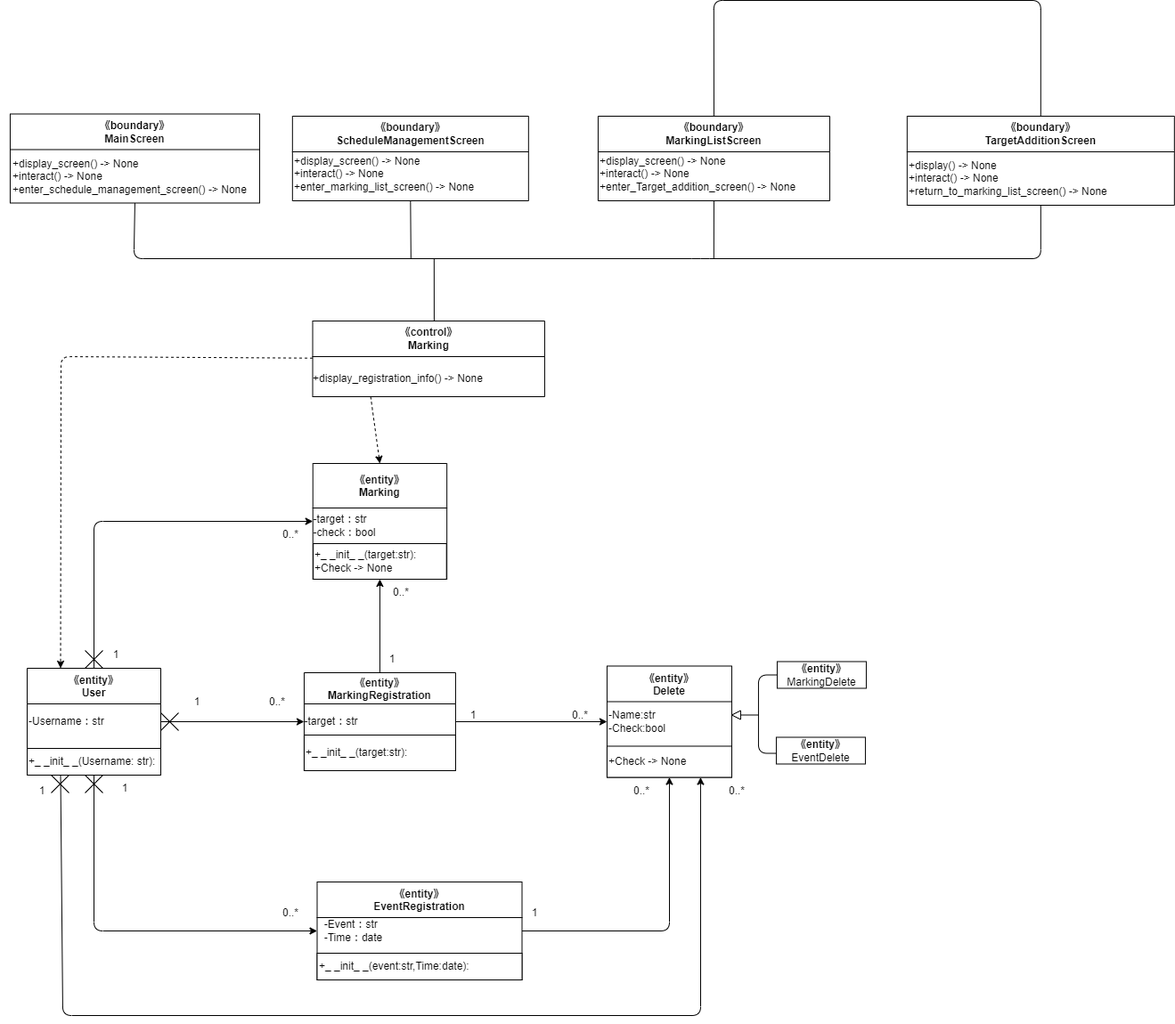
Hu-Hanxu/First-App-Self-Management- keeps this draw.io diagram as Design/設計Class8.drawio.png. Above is the earlier version. Source tidied: cells renumbered, new cells last; positions are measured from the earlier drawing's top-left corner, leaving out a move shared by most shapes. Its diagram source:
```xml
<mxGraphModel>
  <root>
    <mxCell id="0" />
    <mxCell id="1" parent="0" />
    <mxCell id="2" value="&lt;span style=&quot;&quot;&gt;《control》&lt;br&gt;Marking&lt;/span&gt;&lt;span style=&quot;&quot;&gt;&lt;br&gt;&lt;/span&gt;" style="swimlane;whiteSpace=wrap;html=1;startSize=40;" parent="1" vertex="1">
      <mxGeometry x="350.5" y="360" width="260.4" height="85" as="geometry" />
    </mxCell>
    <mxCell id="3" value="&lt;div style=&quot;text-align: left;&quot;&gt;&lt;span style=&quot;background-color: initial;&quot;&gt;+display_registration_info() -&amp;gt; None&lt;/span&gt;&lt;br&gt;&lt;/div&gt;" style="text;html=1;align=center;verticalAlign=middle;strokeColor=none;fillColor=none;" parent="2" vertex="1">
      <mxGeometry x="-9.6" y="50" width="210" height="30" as="geometry" />
    </mxCell>
    <mxCell id="4" value="《entity》&#10;MarkingRegistration" style="swimlane;startSize=35;" parent="1" vertex="1">
      <mxGeometry x="340.9" y="755" width="170" height="110" as="geometry" />
    </mxCell>
    <mxCell id="5" value="-target：str" style="text;html=1;align=center;verticalAlign=middle;strokeColor=none;fillColor=none;" parent="4" vertex="1">
      <mxGeometry x="-10" y="40" width="80" height="30" as="geometry" />
    </mxCell>
    <mxCell id="6" value="&lt;span style=&quot;&quot;&gt;+_ _init_ _(target:str):&lt;/span&gt;" style="rounded=0;whiteSpace=wrap;html=1;align=left;" parent="4" vertex="1">
      <mxGeometry y="70" width="170" height="40" as="geometry" />
    </mxCell>
    <mxCell id="7" value="《entity》&#10;Marking" style="swimlane;startSize=50;" parent="1" vertex="1">
      <mxGeometry x="350.7" y="520" width="150.4" height="130" as="geometry" />
    </mxCell>
    <mxCell id="8" value="&lt;div style=&quot;text-align: left;&quot;&gt;&lt;span style=&quot;background-color: initial;&quot;&gt;-target：str&lt;/span&gt;&lt;/div&gt;-check：bool" style="text;html=1;align=center;verticalAlign=middle;strokeColor=none;fillColor=none;" parent="7" vertex="1">
      <mxGeometry x="-9.6" y="50" width="90" height="40" as="geometry" />
    </mxCell>
    <mxCell id="9" value="+_ _init_ _(target:str):&lt;span style=&quot;&quot;&gt;&lt;br&gt;+Check -&amp;gt; None&lt;/span&gt;" style="rounded=0;whiteSpace=wrap;html=1;align=left;" parent="7" vertex="1">
      <mxGeometry x="0.4" y="90" width="149.6" height="40" as="geometry" />
    </mxCell>
    <mxCell id="10" value="《entity》&#10;User" style="swimlane;startSize=40;" parent="1" vertex="1">
      <mxGeometry x="30" y="750" width="150" height="120" as="geometry" />
    </mxCell>
    <mxCell id="11" value="-Username：str" style="text;html=1;align=left;verticalAlign=middle;strokeColor=none;fillColor=none;" parent="10" vertex="1">
      <mxGeometry y="45" width="110" height="30" as="geometry" />
    </mxCell>
    <mxCell id="12" value="+_ _init_ _(Username: str):" style="rounded=0;whiteSpace=wrap;html=1;align=left;" parent="10" vertex="1">
      <mxGeometry y="90" width="150" height="30" as="geometry" />
    </mxCell>
    <mxCell id="13" value="《entity》&#10;EventRegistration" style="swimlane;startSize=40;" parent="1" vertex="1">
      <mxGeometry x="355.5" y="990" width="230" height="110" as="geometry" />
    </mxCell>
    <mxCell id="14" value="&lt;div style=&quot;text-align: left;&quot;&gt;&lt;span style=&quot;background-color: initial;&quot;&gt;-Event：str&lt;/span&gt;&lt;/div&gt;&lt;div style=&quot;text-align: left;&quot;&gt;&lt;span style=&quot;background-color: initial;&quot;&gt;-Time：date&lt;/span&gt;&lt;/div&gt;" style="text;html=1;align=center;verticalAlign=middle;strokeColor=none;fillColor=none;" parent="13" vertex="1">
      <mxGeometry x="-5" y="35" width="90" height="40" as="geometry" />
    </mxCell>
    <mxCell id="15" value="&lt;span style=&quot;&quot;&gt;+_ _init_ _(event:str,Time:date):&lt;/span&gt;" style="rounded=0;whiteSpace=wrap;html=1;align=left;" parent="13" vertex="1">
      <mxGeometry y="80" width="230" height="30" as="geometry" />
    </mxCell>
    <mxCell id="16" value="《entity》&#10;Delete" style="swimlane;startSize=40;" parent="1" vertex="1">
      <mxGeometry x="680.9" y="747.5" width="140" height="125" as="geometry" />
    </mxCell>
    <mxCell id="17" value="-Name:str&lt;br&gt;&lt;div style=&quot;&quot;&gt;&lt;span style=&quot;background-color: initial;&quot;&gt;-Check:bool&lt;/span&gt;&lt;/div&gt;" style="text;html=1;align=left;verticalAlign=middle;strokeColor=none;fillColor=none;" parent="16" vertex="1">
      <mxGeometry y="42.5" width="90" height="40" as="geometry" />
    </mxCell>
    <mxCell id="18" value="+Check -&amp;gt; None" style="rounded=0;whiteSpace=wrap;html=1;align=left;" parent="16" vertex="1">
      <mxGeometry y="90" width="140" height="35" as="geometry" />
    </mxCell>
    <mxCell id="19" value="&lt;span style=&quot;font-weight: 700;&quot;&gt;《entity》&lt;/span&gt;&lt;br&gt;MarkingDelete" style="rounded=0;whiteSpace=wrap;html=1;" parent="1" vertex="1">
      <mxGeometry x="871.9" y="742.5" width="100" height="30" as="geometry" />
    </mxCell>
    <mxCell id="20" value="&lt;span style=&quot;font-weight: 700;&quot;&gt;《entity》&lt;/span&gt;&lt;br&gt;EventDelete" style="rounded=0;whiteSpace=wrap;html=1;" parent="1" vertex="1">
      <mxGeometry x="870.9" y="827.5" width="100" height="30" as="geometry" />
    </mxCell>
    <mxCell id="21" style="triangle;whiteSpace=wrap;html=1;direction=west;" parent="1" vertex="1">
      <mxGeometry x="820.9" y="797.5" width="10" height="10" as="geometry" />
    </mxCell>
    <mxCell id="22" style="endArrow=none;html=1;entryX=0;entryY=0.5;entryDx=0;entryDy=0;exitX=-0.005;exitY=0.601;exitDx=0;exitDy=0;exitPerimeter=0;" parent="1" edge="1" source="20" target="19">
      <mxGeometry relative="1" as="geometry">
        <Array as="points">
          <mxPoint x="850.9" y="845.5" />
          <mxPoint x="850.9" y="757.5" />
        </Array>
      </mxGeometry>
    </mxCell>
    <mxCell id="23" style="endArrow=none;html=1;entryX=0;entryY=0.5;entryDx=0;entryDy=0;" parent="1" edge="1" target="21">
      <mxGeometry relative="1" as="geometry">
        <mxPoint x="850.9" y="802.5" as="sourcePoint" />
      </mxGeometry>
    </mxCell>
    <mxCell id="24" value="《boundary》&lt;br&gt;MainScreen" style="swimlane;whiteSpace=wrap;html=1;startSize=40;" parent="1" vertex="1">
      <mxGeometry x="10.9" y="127.5" width="280" height="100" as="geometry" />
    </mxCell>
    <mxCell id="25" value="&lt;div style=&quot;text-align: left;&quot;&gt;+display_screen() -&amp;gt; None&amp;nbsp;&lt;/div&gt;&lt;div style=&quot;text-align: left;&quot;&gt;+interact() -&amp;gt; None&lt;/div&gt;&lt;div style=&quot;text-align: left;&quot;&gt;+enter_schedule_management_screen() -&amp;gt; None&lt;br&gt;&lt;/div&gt;" style="text;html=1;align=center;verticalAlign=middle;strokeColor=none;fillColor=none;" parent="24" vertex="1">
      <mxGeometry x="-10.9" y="40" width="290" height="60" as="geometry" />
    </mxCell>
    <mxCell id="26" value="《boundary》&lt;br&gt;ScheduleManagementScreen" style="swimlane;whiteSpace=wrap;html=1;startSize=40;" parent="1" vertex="1">
      <mxGeometry x="327.8" y="130" width="265" height="95" as="geometry" />
    </mxCell>
    <mxCell id="27" value="&lt;div style=&quot;&quot;&gt;+display_screen() -&amp;gt; None&amp;nbsp;&lt;/div&gt;&lt;div style=&quot;&quot;&gt;+interact() -&amp;gt; None&lt;/div&gt;&lt;div style=&quot;&quot;&gt;+enter_marking_list_screen() -&amp;gt; None&lt;br&gt;&lt;/div&gt;" style="text;html=1;align=left;verticalAlign=middle;strokeColor=none;fillColor=none;" parent="26" vertex="1">
      <mxGeometry y="35" width="230" height="60" as="geometry" />
    </mxCell>
    <mxCell id="28" value="《boundary》&lt;br&gt;MarkingListScreen" style="swimlane;whiteSpace=wrap;html=1;startSize=40;" parent="1" vertex="1">
      <mxGeometry x="670.9" y="130" width="260" height="95" as="geometry" />
    </mxCell>
    <mxCell id="29" value="&lt;div style=&quot;&quot;&gt;+display_screen() -&amp;gt; None&amp;nbsp;&lt;/div&gt;&lt;div style=&quot;&quot;&gt;+interact() -&amp;gt; None&lt;/div&gt;&lt;div style=&quot;&quot;&gt;+enter_Target_addition_screen() -&amp;gt; None&lt;br&gt;&lt;/div&gt;" style="text;html=1;align=left;verticalAlign=middle;strokeColor=none;fillColor=none;" parent="28" vertex="1">
      <mxGeometry y="35" width="240" height="60" as="geometry" />
    </mxCell>
    <mxCell id="30" value="《boundary》&lt;br&gt;TargetAdditionScreen" style="swimlane;whiteSpace=wrap;html=1;startSize=40;" parent="1" vertex="1">
      <mxGeometry x="1017.8" y="130" width="300" height="100" as="geometry" />
    </mxCell>
    <mxCell id="31" value="&lt;div style=&quot;&quot;&gt;&lt;span style=&quot;background-color: initial;&quot;&gt;+display() -&amp;gt; None&lt;/span&gt;&lt;/div&gt;&lt;div style=&quot;&quot;&gt;&lt;span style=&quot;background-color: initial;&quot;&gt;+interact() -&amp;gt; None&lt;/span&gt;&lt;/div&gt;&lt;div style=&quot;&quot;&gt;&lt;span style=&quot;background-color: initial;&quot;&gt;+return_to_marking_list_screen() -&amp;gt; None&lt;/span&gt;&lt;/div&gt;" style="text;html=1;align=left;verticalAlign=middle;strokeColor=none;fillColor=none;" parent="30" vertex="1">
      <mxGeometry y="40" width="250" height="60" as="geometry" />
    </mxCell>
    <mxCell id="32" style="endArrow=none;html=1;exitX=0.5;exitY=1;exitDx=0;exitDy=0;entryX=0.5;entryY=1;entryDx=0;entryDy=0;" parent="1" edge="1" source="24" target="30">
      <mxGeometry relative="1" as="geometry">
        <Array as="points">
          <mxPoint x="149.8" y="290" />
          <mxPoint x="786.2" y="290" />
          <mxPoint x="1167.8" y="290" />
        </Array>
      </mxGeometry>
    </mxCell>
    <mxCell id="33" style="endArrow=none;html=1;entryX=0.5;entryY=1;entryDx=0;entryDy=0;" parent="1" edge="1" target="28">
      <mxGeometry relative="1" as="geometry">
        <mxPoint x="800.8" y="290" as="sourcePoint" />
      </mxGeometry>
    </mxCell>
    <mxCell id="34" style="endArrow=none;html=1;entryX=0.5;entryY=1;entryDx=0;entryDy=0;" parent="1" edge="1" target="26">
      <mxGeometry relative="1" as="geometry">
        <mxPoint x="460.8" y="290" as="sourcePoint" />
      </mxGeometry>
    </mxCell>
    <mxCell id="35" style="endArrow=none;html=1;entryX=0.5;entryY=0;entryDx=0;entryDy=0;exitX=0.5;exitY=0;exitDx=0;exitDy=0;" parent="1" edge="1" source="28" target="30">
      <mxGeometry relative="1" as="geometry">
        <Array as="points">
          <mxPoint x="800.8" />
          <mxPoint x="1167.8" />
        </Array>
      </mxGeometry>
    </mxCell>
    <mxCell id="36" style="endArrow=none;html=1;exitX=0.5;exitY=0;exitDx=0;exitDy=0;" parent="1" edge="1">
      <mxGeometry relative="1" as="geometry">
        <mxPoint x="486.9" y="360" as="sourcePoint" />
        <mxPoint x="486.8" y="290" as="targetPoint" />
      </mxGeometry>
    </mxCell>
    <mxCell id="37" value="1" style="text;html=1;strokeColor=none;fillColor=none;align=center;verticalAlign=middle;whiteSpace=wrap;rounded=0;" parent="1" vertex="1">
      <mxGeometry x="190.9" y="772.5" width="60" height="30" as="geometry" />
    </mxCell>
    <mxCell id="38" value="0..*" style="text;html=1;strokeColor=none;fillColor=none;align=center;verticalAlign=middle;whiteSpace=wrap;rounded=0;" parent="1" vertex="1">
      <mxGeometry x="280.9" y="772.5" width="60" height="30" as="geometry" />
    </mxCell>
    <mxCell id="39" style="group;" parent="1" vertex="1">
      <mxGeometry x="180" y="800" width="20" height="20" as="geometry" />
    </mxCell>
    <mxCell id="40" style="endArrow=none;html=1;" parent="39" edge="1">
      <mxGeometry relative="1" as="geometry">
        <mxPoint as="sourcePoint" />
        <mxPoint x="20" y="20" as="targetPoint" />
      </mxGeometry>
    </mxCell>
    <mxCell id="41" style="endArrow=none;html=1;" parent="39" edge="1">
      <mxGeometry relative="1" as="geometry">
        <mxPoint y="20" as="sourcePoint" />
        <mxPoint x="20" as="targetPoint" />
      </mxGeometry>
    </mxCell>
    <mxCell id="42" style="endArrow=classic;html=1;" parent="1" edge="1" source="10" target="4">
      <mxGeometry relative="1" as="geometry" />
    </mxCell>
    <mxCell id="43" style="endArrow=classic;html=1;" parent="1" edge="1" source="4" target="16">
      <mxGeometry relative="1" as="geometry" />
    </mxCell>
    <mxCell id="44" value="1" style="text;html=1;strokeColor=none;fillColor=none;align=center;verticalAlign=middle;whiteSpace=wrap;rounded=0;" parent="1" vertex="1">
      <mxGeometry x="500.9" y="787.5" width="60" height="30" as="geometry" />
    </mxCell>
    <mxCell id="45" value="0..*" style="text;html=1;strokeColor=none;fillColor=none;align=center;verticalAlign=middle;whiteSpace=wrap;rounded=0;" parent="1" vertex="1">
      <mxGeometry x="620.9" y="787.5" width="60" height="30" as="geometry" />
    </mxCell>
    <mxCell id="46" style="endArrow=classic;html=1;" parent="1" edge="1" source="4" target="7">
      <mxGeometry relative="1" as="geometry" />
    </mxCell>
    <mxCell id="47" value="1" style="text;html=1;strokeColor=none;fillColor=none;align=center;verticalAlign=middle;whiteSpace=wrap;rounded=0;" parent="1" vertex="1">
      <mxGeometry x="410" y="725" width="60" height="30" as="geometry" />
    </mxCell>
    <mxCell id="48" value="0..*" style="text;html=1;strokeColor=none;fillColor=none;align=center;verticalAlign=middle;whiteSpace=wrap;rounded=0;" parent="1" vertex="1">
      <mxGeometry x="420" y="650" width="60" height="30" as="geometry" />
    </mxCell>
    <mxCell id="49" value="1" style="text;html=1;strokeColor=none;fillColor=none;align=center;verticalAlign=middle;whiteSpace=wrap;rounded=0;" parent="1" vertex="1">
      <mxGeometry x="110" y="870" width="60" height="30" as="geometry" />
    </mxCell>
    <mxCell id="50" value="0..*" style="text;html=1;strokeColor=none;fillColor=none;align=center;verticalAlign=middle;whiteSpace=wrap;rounded=0;" parent="1" vertex="1">
      <mxGeometry x="295.5" y="1010" width="60" height="30" as="geometry" />
    </mxCell>
    <mxCell id="51" style="group;" parent="1" vertex="1">
      <mxGeometry x="95" y="870" width="20" height="20" as="geometry" />
    </mxCell>
    <mxCell id="52" style="endArrow=none;html=1;" parent="51" edge="1">
      <mxGeometry relative="1" as="geometry">
        <mxPoint as="sourcePoint" />
        <mxPoint x="20" y="20" as="targetPoint" />
      </mxGeometry>
    </mxCell>
    <mxCell id="53" style="endArrow=none;html=1;" parent="51" edge="1">
      <mxGeometry relative="1" as="geometry">
        <mxPoint y="20" as="sourcePoint" />
        <mxPoint x="20" as="targetPoint" />
      </mxGeometry>
    </mxCell>
    <mxCell id="54" style="endArrow=classic;html=1;" parent="1" edge="1" source="10" target="13">
      <mxGeometry relative="1" as="geometry">
        <Array as="points">
          <mxPoint x="105" y="1045" />
        </Array>
      </mxGeometry>
    </mxCell>
    <mxCell id="55" style="endArrow=classic;html=1;" parent="1" edge="1" source="13" target="16">
      <mxGeometry relative="1" as="geometry">
        <Array as="points">
          <mxPoint x="751" y="1045" />
        </Array>
      </mxGeometry>
    </mxCell>
    <mxCell id="56" value="1" style="text;html=1;strokeColor=none;fillColor=none;align=center;verticalAlign=middle;whiteSpace=wrap;rounded=0;" parent="1" vertex="1">
      <mxGeometry x="570" y="1010" width="60" height="30" as="geometry" />
    </mxCell>
    <mxCell id="57" value="0..*" style="text;html=1;strokeColor=none;fillColor=none;align=center;verticalAlign=middle;whiteSpace=wrap;rounded=0;" parent="1" vertex="1">
      <mxGeometry x="690" y="872.5" width="60" height="30" as="geometry" />
    </mxCell>
    <mxCell id="58" style="endArrow=classic;html=1;" parent="1" edge="1" source="10" target="7">
      <mxGeometry relative="1" as="geometry">
        <Array as="points">
          <mxPoint x="105" y="585" />
        </Array>
      </mxGeometry>
    </mxCell>
    <mxCell id="59" style="group;" parent="1" vertex="1">
      <mxGeometry x="95" y="730" width="20" height="20" as="geometry" />
    </mxCell>
    <mxCell id="60" style="endArrow=none;html=1;" parent="59" edge="1">
      <mxGeometry relative="1" as="geometry">
        <mxPoint as="sourcePoint" />
        <mxPoint x="20" y="20" as="targetPoint" />
      </mxGeometry>
    </mxCell>
    <mxCell id="61" style="endArrow=none;html=1;" parent="59" edge="1">
      <mxGeometry relative="1" as="geometry">
        <mxPoint y="20" as="sourcePoint" />
        <mxPoint x="20" as="targetPoint" />
      </mxGeometry>
    </mxCell>
    <mxCell id="62" value="1" style="text;html=1;strokeColor=none;fillColor=none;align=center;verticalAlign=middle;whiteSpace=wrap;rounded=0;" parent="1" vertex="1">
      <mxGeometry x="100" y="720" width="60" height="30" as="geometry" />
    </mxCell>
    <mxCell id="63" value="0..*" style="text;html=1;strokeColor=none;fillColor=none;align=center;verticalAlign=middle;whiteSpace=wrap;rounded=0;" parent="1" vertex="1">
      <mxGeometry x="295.5" y="585" width="60" height="30" as="geometry" />
    </mxCell>
    <mxCell id="64" style="endArrow=classic;html=1;exitX=0.25;exitY=1;exitDx=0;exitDy=0;entryX=0.75;entryY=1;entryDx=0;entryDy=0;" parent="1" edge="1" source="12" target="18">
      <mxGeometry relative="1" as="geometry">
        <Array as="points">
          <mxPoint x="70" y="1140" />
          <mxPoint x="786" y="1140" />
        </Array>
      </mxGeometry>
    </mxCell>
    <mxCell id="65" style="group;" parent="1" vertex="1">
      <mxGeometry x="57" y="870" width="20" height="20" as="geometry" />
    </mxCell>
    <mxCell id="66" style="endArrow=none;html=1;" parent="65" edge="1">
      <mxGeometry relative="1" as="geometry">
        <mxPoint as="sourcePoint" />
        <mxPoint x="20" y="20" as="targetPoint" />
      </mxGeometry>
    </mxCell>
    <mxCell id="67" style="endArrow=none;html=1;" parent="65" edge="1">
      <mxGeometry relative="1" as="geometry">
        <mxPoint y="20" as="sourcePoint" />
        <mxPoint x="20" as="targetPoint" />
      </mxGeometry>
    </mxCell>
    <mxCell id="68" value="1" style="text;html=1;strokeColor=none;fillColor=none;align=center;verticalAlign=middle;whiteSpace=wrap;rounded=0;" parent="1" vertex="1">
      <mxGeometry x="17" y="872.5" width="60" height="30" as="geometry" />
    </mxCell>
    <mxCell id="69" value="0..*" style="text;html=1;strokeColor=none;fillColor=none;align=center;verticalAlign=middle;whiteSpace=wrap;rounded=0;" parent="1" vertex="1">
      <mxGeometry x="797" y="872.5" width="60" height="30" as="geometry" />
    </mxCell>
    <mxCell id="70" style="endArrow=classic;html=1;entryX=0.25;entryY=0;entryDx=0;entryDy=0;dashed=1;" parent="1" edge="1" source="2" target="10">
      <mxGeometry relative="1" as="geometry">
        <Array as="points">
          <mxPoint x="68" y="400" />
        </Array>
      </mxGeometry>
    </mxCell>
    <mxCell id="71" style="endArrow=classic;html=1;exitX=0.25;exitY=1;exitDx=0;exitDy=0;entryX=0.5;entryY=0;entryDx=0;entryDy=0;dashed=1;" parent="1" edge="1" source="2" target="7">
      <mxGeometry relative="1" as="geometry" />
    </mxCell>
  </root>
</mxGraphModel>
```
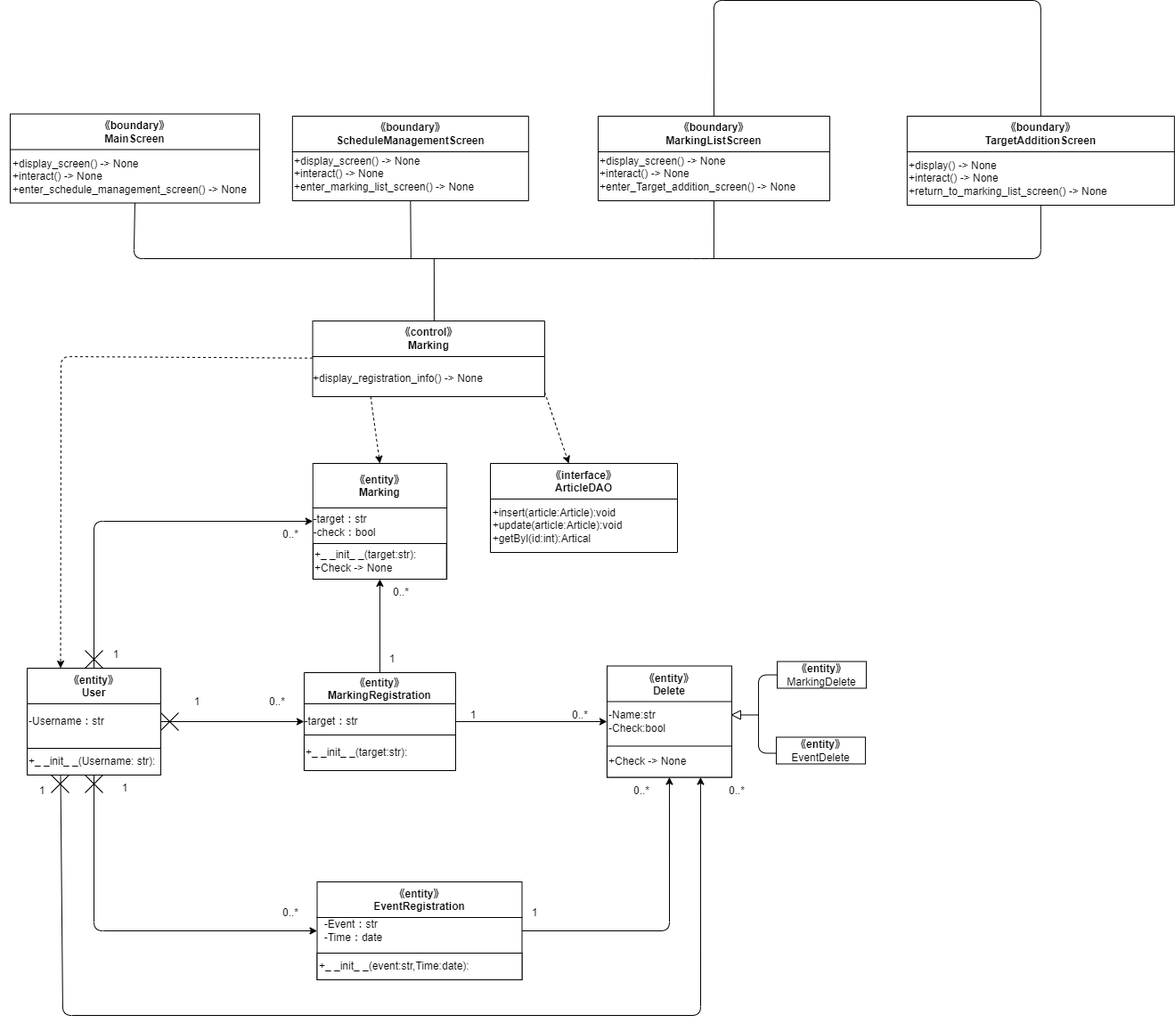
Later version of the same file.

Change to the diagram source:
```diff
@@ -282,5 +282,16 @@
     <mxCell id="71" style="endArrow=classic;html=1;exitX=0.25;exitY=1;exitDx=0;exitDy=0;entryX=0.5;entryY=0;entryDx=0;entryDy=0;dashed=1;" parent="1" edge="1" source="2" target="7">
       <mxGeometry relative="1" as="geometry" />
     </mxCell>
+    <mxCell id="72" style="edgeStyle=none;html=1;dashed=1;" parent="1" edge="1" target="73">
+      <mxGeometry relative="1" as="geometry">
+        <mxPoint x="610.9" y="440" as="sourcePoint" />
+      </mxGeometry>
+    </mxCell>
+    <mxCell id="73" value="《interface》&#10;ArticleDAO" style="swimlane;startSize=40;" parent="1" vertex="1">
+      <mxGeometry x="550" y="520" width="210" height="100" as="geometry" />
+    </mxCell>
+    <mxCell id="74" value="&lt;div style=&quot;text-align: left;&quot;&gt;&lt;span style=&quot;background-color: initial;&quot;&gt;+insert(article:Article):void&lt;/span&gt;&lt;/div&gt;&lt;div style=&quot;text-align: left;&quot;&gt;&lt;span style=&quot;background-color: initial;&quot;&gt;+update(article:Article):void&lt;/span&gt;&lt;/div&gt;&lt;div style=&quot;text-align: left;&quot;&gt;&lt;span style=&quot;background-color: initial;&quot;&gt;+getByl(id:int):Artical&lt;/span&gt;&lt;/div&gt;" style="text;html=1;align=center;verticalAlign=middle;strokeColor=none;fillColor=none;" parent="73" vertex="1">
+      <mxGeometry x="-10" y="40" width="170" height="60" as="geometry" />
+    </mxCell>
   </root>
 </mxGraphModel>
```
